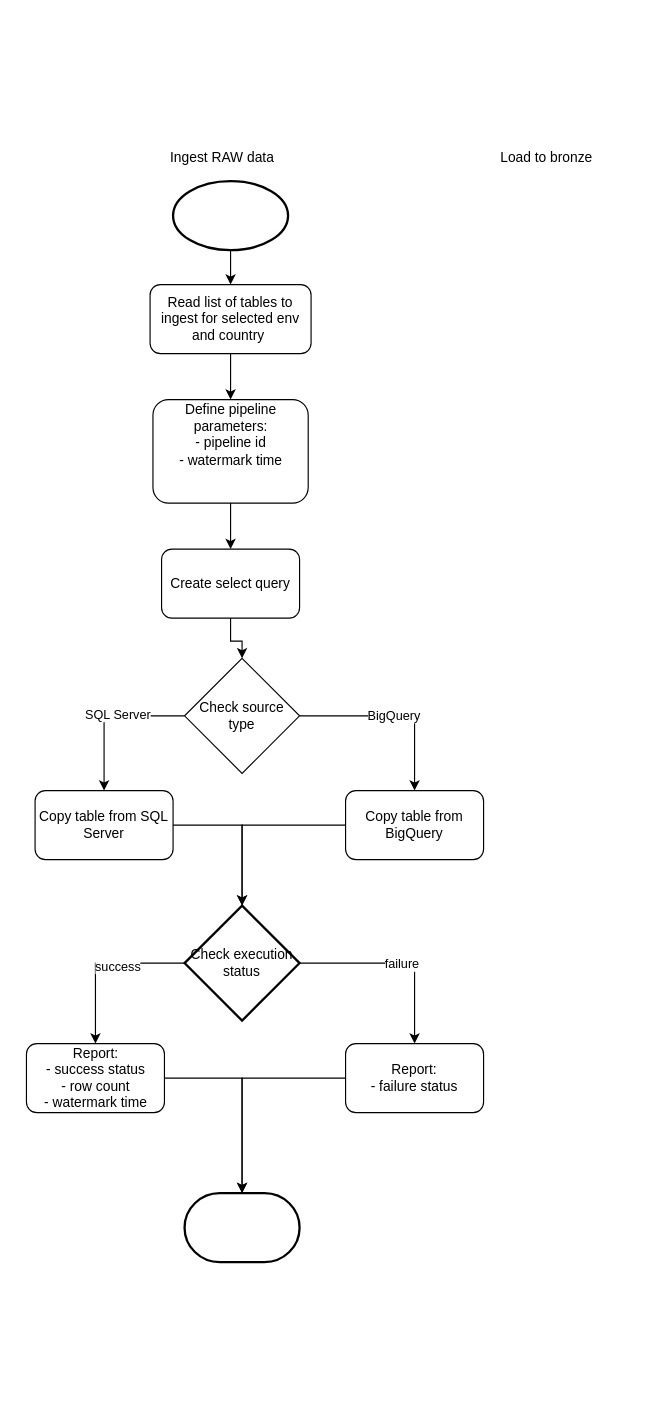
This is ADF.drawio from norbitek/drawio, a draw.io file, before an edit. Source tidied: cells renumbered, new cells numbered last; positions are measured from the earlier drawing's top-left corner, leaving out a move shared by most shapes. Both pictures are drawn from the tidied source at 115%, with x=0, y=0 at pixel (25, 146).
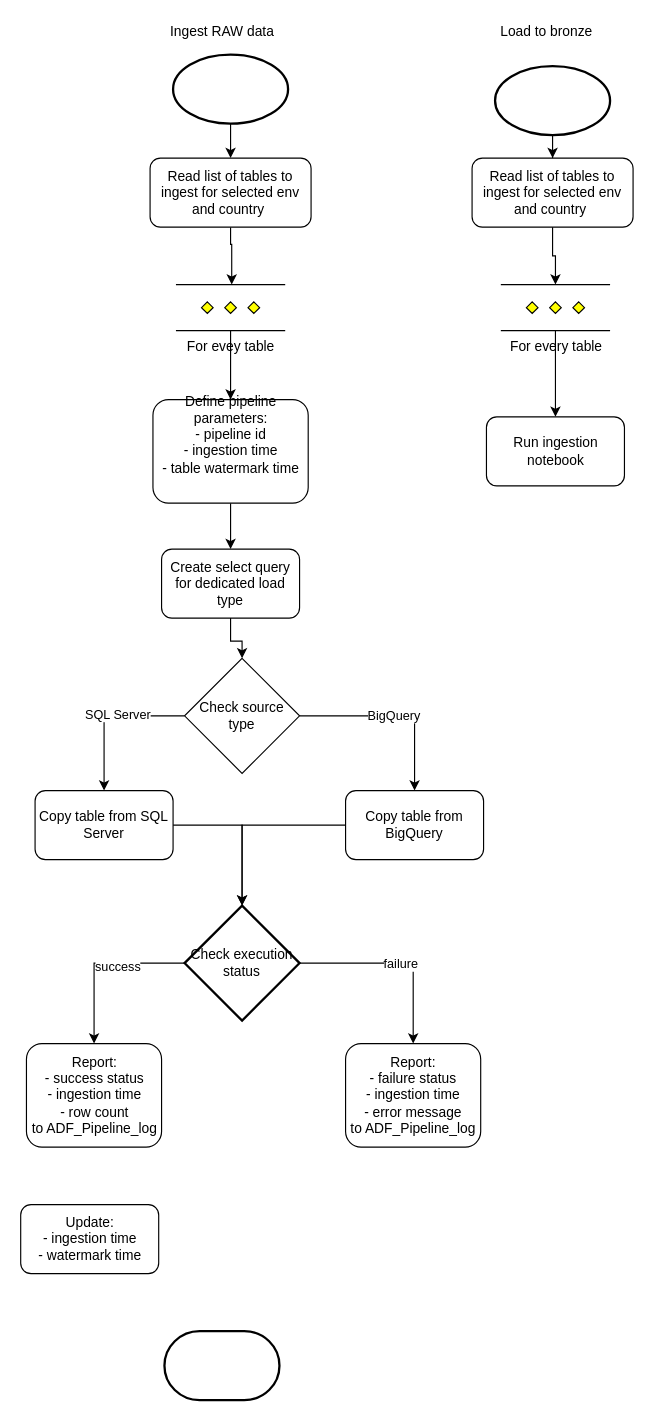
The same diagram, later.

The change refers to these unchanged cells:
```xml
<mxCell id="21" value="Check execution status" style="strokeWidth=2;html=1;shape=mxgraph.flowchart.decision;whiteSpace=wrap;" parent="1" vertex="1">
  <mxGeometry x="138" y="660" width="100" height="100" as="geometry" />
</mxCell>
```

Diff of the diagram source:
```diff
@@
-    <mxCell id="2" style="edgeStyle=orthogonalEdgeStyle;rounded=0;jettySize=auto;html=1;" parent="1" edge="1" source="3" target="5">
-      <mxGeometry relative="1" as="geometry" />
-    </mxCell>
+    <mxCell id="31" style="edgeStyle=orthogonalEdgeStyle;rounded=0;jettySize=auto;html=1;" parent="1" edge="1" source="3" target="36">
+      <mxGeometry relative="1" as="geometry">
+        <Array as="points">
+          <mxPoint x="178" y="85" />
+          <mxPoint x="179" y="85" />
+        </Array>
+      </mxGeometry>
+    </mxCell>
     <mxCell id="3" value="Read list of tables to ingest for selected env and country&amp;nbsp;" style="rounded=1;whiteSpace=wrap;html=1;fontSize=12;glass=0;strokeWidth=1;shadow=0;" parent="1" vertex="1">
-      <mxGeometry x="108" y="120" width="140" height="60" as="geometry" />
+      <mxGeometry x="108" y="10" width="140" height="60" as="geometry" />
     </mxCell>
@@
-    <mxCell id="5" value="Define pipeline parameters:&lt;div&gt;- pipeline id&lt;/div&gt;&lt;div&gt;- watermark time&lt;/div&gt;&lt;div&gt;&lt;br&gt;&lt;div&gt;&lt;br&gt;&lt;/div&gt;&lt;/div&gt;" style="rounded=1;whiteSpace=wrap;html=1;" parent="1" vertex="1">
+    <mxCell id="5" value="Define pipeline parameters:&lt;div&gt;- pipeline id&lt;/div&gt;&lt;div&gt;- ingestion time&lt;/div&gt;&lt;div&gt;- table watermark time&lt;/div&gt;&lt;div&gt;&lt;br&gt;&lt;div&gt;&lt;br&gt;&lt;/div&gt;&lt;/div&gt;" style="rounded=1;whiteSpace=wrap;html=1;" parent="1" vertex="1">
       <mxGeometry x="110.5" y="220" width="135" height="90" as="geometry" />
     </mxCell>
@@
-    <mxCell id="16" value="Create select query" style="rounded=1;whiteSpace=wrap;html=1;" parent="1" vertex="1">
+    <mxCell id="16" value="Create select query for dedicated load type" style="rounded=1;whiteSpace=wrap;html=1;" parent="1" vertex="1">
       <mxGeometry x="118" y="350" width="120" height="60" as="geometry" />
     </mxCell>
@@
-    <mxCell id="19" style="edgeStyle=orthogonalEdgeStyle;rounded=0;jettySize=auto;html=1;" parent="1" edge="1" source="21" target="25">
+    <mxCell id="19" style="edgeStyle=orthogonalEdgeStyle;rounded=0;jettySize=auto;html=1;" parent="1" edge="1" source="21" target="42">
       <mxGeometry relative="1" as="geometry" />
     </mxCell>
@@
-    <mxCell id="22" style="edgeStyle=orthogonalEdgeStyle;rounded=0;jettySize=auto;html=1;" parent="1" edge="1" source="23" target="30">
-      <mxGeometry relative="1" as="geometry" />
-    </mxCell>
-    <mxCell id="23" value="Report:&lt;div&gt;- success status&lt;/div&gt;&lt;div&gt;- row count&lt;/div&gt;&lt;div&gt;&lt;span style=&quot;background-color: initial;&quot;&gt;- watermark time&lt;/span&gt;&lt;/div&gt;" style="rounded=1;whiteSpace=wrap;html=1;" parent="1" vertex="1">
-      <mxGeometry x="0.5" y="780" width="120" height="60" as="geometry" />
+    <mxCell id="23" value="Report:&lt;div&gt;- success status&lt;/div&gt;&lt;div&gt;- ingestion time&lt;/div&gt;&lt;div&gt;- row count&lt;/div&gt;&lt;div&gt;&lt;span style=&quot;background-color: initial;&quot;&gt;to ADF_Pipeline_log&lt;/span&gt;&lt;/div&gt;" style="rounded=1;whiteSpace=wrap;html=1;" parent="1" vertex="1">
+      <mxGeometry x="0.5" y="780" width="117.5" height="90" as="geometry" />
     </mxCell>
-    <mxCell id="24" style="edgeStyle=orthogonalEdgeStyle;rounded=0;jettySize=auto;html=1;" parent="1" edge="1" source="25" target="30">
-      <mxGeometry relative="1" as="geometry" />
-    </mxCell>
-    <mxCell id="25" value="Report:&lt;div&gt;- failure status&lt;/div&gt;" style="rounded=1;whiteSpace=wrap;html=1;" parent="1" vertex="1">
-      <mxGeometry x="278" y="780" width="120" height="60" as="geometry" />
-    </mxCell>
     <mxCell id="26" value="Ingest RAW data" style="text;html=1;align=center;verticalAlign=middle;whiteSpace=wrap;rounded=0;" parent="1" vertex="1">
-      <mxGeometry x="115.5" width="110" height="20" as="geometry" />
+      <mxGeometry x="115.5" y="-110" width="110" height="20" as="geometry" />
     </mxCell>
@@
     <mxCell id="28" style="strokeWidth=2;html=1;shape=mxgraph.flowchart.start_1;whiteSpace=wrap;" parent="1" vertex="1">
-      <mxGeometry x="128" y="30" width="100" height="60" as="geometry" />
+      <mxGeometry x="128" y="-80" width="100" height="60" as="geometry" />
     </mxCell>
     <mxCell id="29" value="Load to bronze" style="text;html=1;align=center;verticalAlign=middle;whiteSpace=wrap;rounded=0;" parent="1" vertex="1">
-      <mxGeometry x="398" width="110" height="20" as="geometry" />
+      <mxGeometry x="398" y="-110" width="110" height="20" as="geometry" />
     </mxCell>
-    <mxCell id="30" style="strokeWidth=2;html=1;shape=mxgraph.flowchart.terminator;whiteSpace=wrap;" parent="1" vertex="1">
-      <mxGeometry x="138" y="910" width="100" height="60" as="geometry" />
-    </mxCell>
+    <mxCell id="32" style="edgeStyle=orthogonalEdgeStyle;rounded=0;jettySize=auto;html=1;" parent="1" edge="1" source="33" target="34">
+      <mxGeometry relative="1" as="geometry" />
+    </mxCell>
+    <mxCell id="33" style="strokeWidth=2;html=1;shape=mxgraph.flowchart.start_1;whiteSpace=wrap;" parent="1" vertex="1">
+      <mxGeometry x="408" y="-70" width="100" height="60" as="geometry" />
+    </mxCell>
+    <mxCell id="34" value="Read list of tables to ingest for selected env and country&amp;nbsp;" style="rounded=1;whiteSpace=wrap;html=1;fontSize=12;glass=0;strokeWidth=1;shadow=0;" parent="1" vertex="1">
+      <mxGeometry x="388" y="10" width="140" height="60" as="geometry" />
+    </mxCell>
+    <mxCell id="35" style="edgeStyle=orthogonalEdgeStyle;rounded=0;jettySize=auto;html=1;" parent="1" edge="1" source="36" target="5">
+      <mxGeometry relative="1" as="geometry" />
+    </mxCell>
+    <mxCell id="36" value="For evey table" style="verticalLabelPosition=bottom;verticalAlign=top;html=1;shape=mxgraph.flowchart.parallel_mode;" parent="1" vertex="1">
+      <mxGeometry x="130.5" y="120" width="95" height="40" as="geometry" />
+    </mxCell>
+    <mxCell id="37" style="strokeWidth=2;html=1;shape=mxgraph.flowchart.terminator;whiteSpace=wrap;" parent="1" vertex="1">
+      <mxGeometry x="120.5" y="1030" width="100" height="60" as="geometry" />
+    </mxCell>
+    <mxCell id="38" style="edgeStyle=orthogonalEdgeStyle;rounded=0;jettySize=auto;html=1;" parent="1" edge="1" source="39" target="40">
+      <mxGeometry relative="1" as="geometry" />
+    </mxCell>
+    <mxCell id="39" value="For every table" style="verticalLabelPosition=bottom;verticalAlign=top;html=1;shape=mxgraph.flowchart.parallel_mode;" parent="1" vertex="1">
+      <mxGeometry x="413" y="120" width="95" height="40" as="geometry" />
+    </mxCell>
+    <mxCell id="40" value="Run ingestion notebook" style="rounded=1;whiteSpace=wrap;html=1;" parent="1" vertex="1">
+      <mxGeometry x="400.5" y="235" width="120" height="60" as="geometry" />
+    </mxCell>
+    <mxCell id="41" style="edgeStyle=orthogonalEdgeStyle;rounded=0;jettySize=auto;html=1;" parent="1" edge="1" source="34" target="39">
+      <mxGeometry relative="1" as="geometry" />
+    </mxCell>
+    <mxCell id="42" value="Report:&lt;div&gt;- failure status&lt;/div&gt;&lt;div&gt;- ingestion time&lt;/div&gt;&lt;div&gt;- error message&lt;/div&gt;&lt;div&gt;&lt;span style=&quot;background-color: initial;&quot;&gt;to ADF_Pipeline_log&lt;/span&gt;&lt;/div&gt;" style="rounded=1;whiteSpace=wrap;html=1;" parent="1" vertex="1">
+      <mxGeometry x="278" y="780" width="117.5" height="90" as="geometry" />
+    </mxCell>
+    <mxCell id="43" value="Update:&lt;div&gt;- ingestion time&lt;/div&gt;&lt;div&gt;- watermark time&lt;/div&gt;" style="rounded=1;whiteSpace=wrap;html=1;" parent="1" vertex="1">
+      <mxGeometry x="-4.5" y="920" width="120" height="60" as="geometry" />
+    </mxCell>
```
